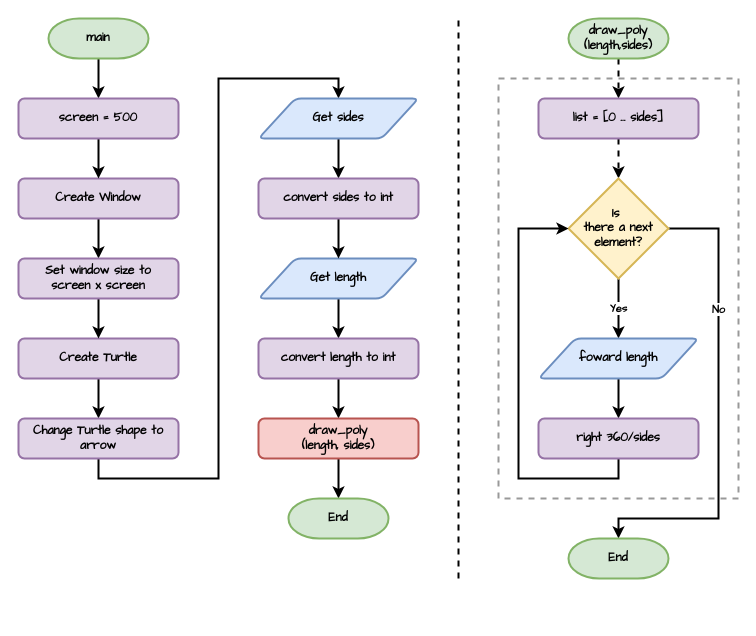
This is page "lesson_4_4" (13 of 21) of flowcharts.drawio from DamoM73/turtle_vid_tute, a draw.io file, before an edit. Source tidied: cells renumbered, new cells numbered last; positions are measured from the earlier drawing's top-left corner, leaving out a move shared by most shapes. Both pictures are drawn from the tidied source at 100%, with x=0, y=0 at pixel (18, 18).
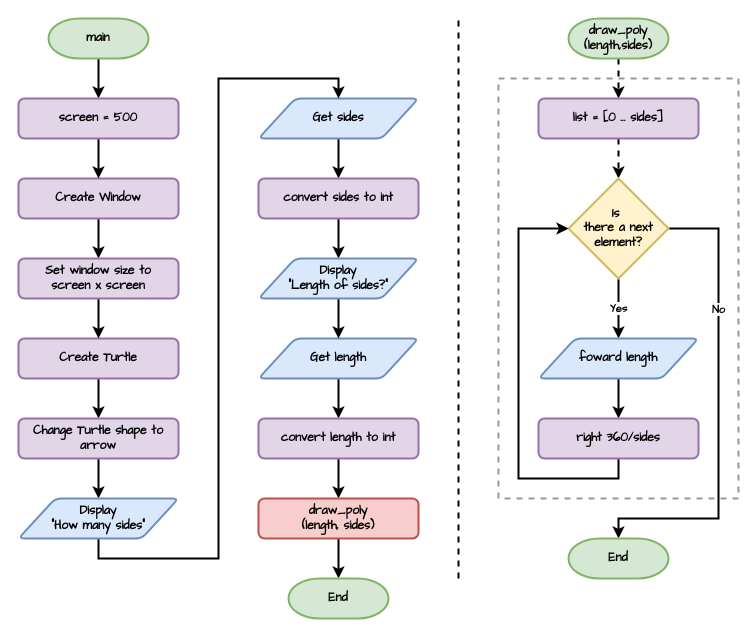
The same page after the edit.

Unchanged cells that the change refers to:
```xml
<mxCell id="26" value="Change Turtle shape to arrow" style="rounded=1;whiteSpace=wrap;html=1;strokeWidth=2;fontFamily=Comic Sans MS;fontSize=12;fillColor=#e1d5e7;strokeColor=#9673a6;fontStyle=1;" parent="1" vertex="1">
  <mxGeometry y="400" width="160" height="40" as="geometry" />
</mxCell>
<mxCell id="28" value="Get sides" style="shape=parallelogram;html=1;strokeWidth=2;perimeter=parallelogramPerimeter;whiteSpace=wrap;rounded=1;arcSize=12;size=0.23;fillColor=#dae8fc;strokeColor=#6c8ebf;fontFamily=Comic Sans MS;fontStyle=1;" parent="1" vertex="1">
  <mxGeometry x="240" y="80" width="160" height="40" as="geometry" />
</mxCell>
<mxCell id="32" value="convert sides to int" style="rounded=1;whiteSpace=wrap;html=1;strokeWidth=2;fontFamily=Comic Sans MS;fontSize=12;fillColor=#e1d5e7;strokeColor=#9673a6;fontStyle=1;" parent="1" vertex="1">
  <mxGeometry x="240" y="160" width="160" height="40" as="geometry" />
</mxCell>
```

Diff of the diagram source:
```diff
@@
-    <mxCell id="25" style="edgeStyle=orthogonalEdgeStyle;rounded=0;jettySize=auto;html=1;exitX=0.5;exitY=1;exitDx=0;exitDy=0;entryX=0.5;entryY=0;entryDx=0;entryDy=0;fontFamily=Comic Sans MS;strokeWidth=2;" parent="1" edge="1" source="26" target="28">
-      <mxGeometry relative="1" as="geometry" />
-    </mxCell>
+    <mxCell id="39" style="edgeStyle=orthogonalEdgeStyle;rounded=0;jettySize=auto;html=1;exitX=0.5;exitY=1;exitDx=0;exitDy=0;entryX=0.5;entryY=0;entryDx=0;entryDy=0;fontFamily=Comic Sans MS;strokeWidth=2;" parent="1" edge="1" source="26" target="42">
+      <mxGeometry relative="1" as="geometry" />
+    </mxCell>
@@
     <mxCell id="30" value="Get length" style="shape=parallelogram;html=1;strokeWidth=2;perimeter=parallelogramPerimeter;whiteSpace=wrap;rounded=1;arcSize=12;size=0.23;fillColor=#dae8fc;strokeColor=#6c8ebf;fontFamily=Comic Sans MS;fontStyle=1;" parent="1" vertex="1">
-      <mxGeometry x="240" y="240" width="160" height="40" as="geometry" />
+      <mxGeometry x="240" y="320" width="160" height="40" as="geometry" />
     </mxCell>
-    <mxCell id="31" style="edgeStyle=orthogonalEdgeStyle;rounded=0;jettySize=auto;html=1;exitX=0.5;exitY=1;exitDx=0;exitDy=0;entryX=0.5;entryY=0;entryDx=0;entryDy=0;fontFamily=Comic Sans MS;strokeWidth=2;" parent="1" edge="1" source="32" target="30">
-      <mxGeometry relative="1" as="geometry" />
-    </mxCell>
+    <mxCell id="40" style="edgeStyle=orthogonalEdgeStyle;rounded=0;jettySize=auto;html=1;exitX=0.5;exitY=1;exitDx=0;exitDy=0;entryX=0.5;entryY=0;entryDx=0;entryDy=0;fontFamily=Comic Sans MS;strokeWidth=2;" parent="1" edge="1" source="32" target="44">
+      <mxGeometry relative="1" as="geometry" />
+    </mxCell>
@@
     <mxCell id="34" value="convert length to int" style="rounded=1;whiteSpace=wrap;html=1;strokeWidth=2;fontFamily=Comic Sans MS;fontSize=12;fillColor=#e1d5e7;strokeColor=#9673a6;fontStyle=1;" parent="1" vertex="1">
-      <mxGeometry x="240" y="320" width="160" height="40" as="geometry" />
+      <mxGeometry x="240" y="400" width="160" height="40" as="geometry" />
     </mxCell>
@@
     <mxCell id="36" value="draw_poly&lt;br&gt;(length, sides)" style="rounded=1;whiteSpace=wrap;html=1;strokeWidth=2;fontFamily=Comic Sans MS;fontSize=12;fillColor=#f8cecc;strokeColor=#b85450;fontStyle=1;" parent="1" vertex="1">
-      <mxGeometry x="240" y="400" width="160" height="40" as="geometry" />
+      <mxGeometry x="240" y="480" width="160" height="40" as="geometry" />
     </mxCell>
     <mxCell id="37" value="End" style="strokeWidth=2;html=1;shape=mxgraph.flowchart.terminator;whiteSpace=wrap;fillColor=#d5e8d4;strokeColor=#82b366;fontFamily=Comic Sans MS;fontStyle=1;" parent="1" vertex="1">
-      <mxGeometry x="270" y="480" width="100" height="40" as="geometry" />
+      <mxGeometry x="270" y="560" width="100" height="40" as="geometry" />
     </mxCell>
@@
+    <mxCell id="41" style="edgeStyle=orthogonalEdgeStyle;rounded=0;jettySize=auto;html=1;exitX=0.5;exitY=1;exitDx=0;exitDy=0;entryX=0.5;entryY=0;entryDx=0;entryDy=0;fontFamily=Comic Sans MS;strokeWidth=2;" parent="1" edge="1" source="42" target="28">
+      <mxGeometry relative="1" as="geometry" />
+    </mxCell>
+    <mxCell id="42" value="Display&lt;br&gt;&quot;How many sides&quot;" style="shape=parallelogram;html=1;strokeWidth=2;perimeter=parallelogramPerimeter;whiteSpace=wrap;rounded=1;arcSize=12;size=0.23;fillColor=#dae8fc;strokeColor=#6c8ebf;fontFamily=Comic Sans MS;fontStyle=1;" parent="1" vertex="1">
+      <mxGeometry y="480" width="160" height="40" as="geometry" />
+    </mxCell>
+    <mxCell id="43" style="edgeStyle=orthogonalEdgeStyle;rounded=0;jettySize=auto;html=1;exitX=0.5;exitY=1;exitDx=0;exitDy=0;fontFamily=Comic Sans MS;strokeWidth=2;" parent="1" edge="1" source="44" target="30">
+      <mxGeometry relative="1" as="geometry" />
+    </mxCell>
+    <mxCell id="44" value="Display &lt;br&gt;&quot;Length of sides?&quot;" style="shape=parallelogram;html=1;strokeWidth=2;perimeter=parallelogramPerimeter;whiteSpace=wrap;rounded=1;arcSize=12;size=0.23;fillColor=#dae8fc;strokeColor=#6c8ebf;fontFamily=Comic Sans MS;fontStyle=1;" parent="1" vertex="1">
+      <mxGeometry x="240" y="240" width="160" height="40" as="geometry" />
+    </mxCell>
```
